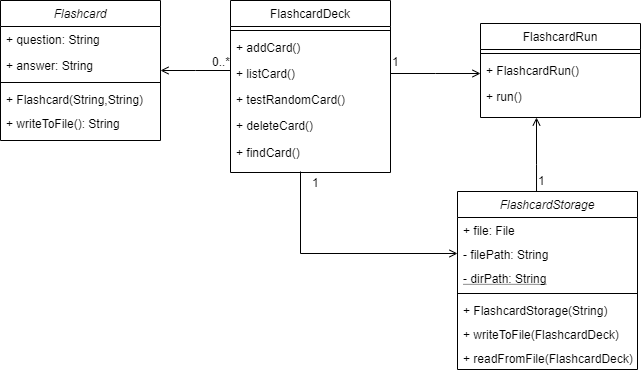
Earlier version of the draw.io export docs/Images/flashcard class diagram.png (nus-cs2113-AY2021S1/tp). Source tidied: cells renumbered, new cells last; positions are measured from the earlier drawing's top-left corner, leaving out a move shared by most shapes.
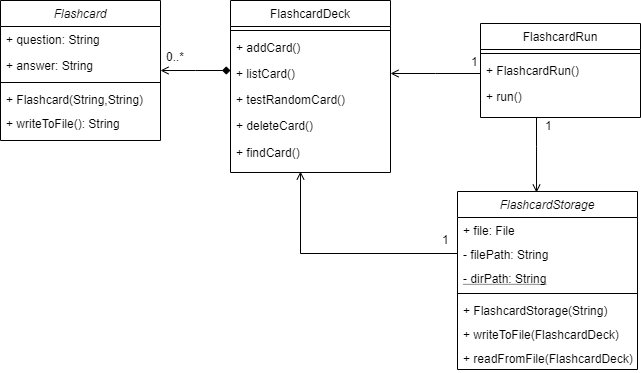
Above is the later version.

The edit, as a diff of the source:
```diff
@@ -2,14 +2,14 @@
   <root>
     <mxCell id="0" />
     <mxCell id="1" parent="0" />
-    <mxCell id="2" style="endArrow=open;shadow=0;strokeWidth=1;rounded=0;endFill=1;edgeStyle=elbowEdgeStyle;elbow=vertical;" parent="1" edge="1" source="10" target="4">
+    <mxCell id="2" style="endArrow=open;shadow=0;strokeWidth=1;rounded=0;endFill=1;edgeStyle=elbowEdgeStyle;elbow=vertical;startArrow=diamond;startFill=1;" parent="1" edge="1" source="10" target="4">
       <mxGeometry x="0.5" y="41" relative="1" as="geometry">
         <mxPoint x="-40" y="32" as="offset" />
       </mxGeometry>
     </mxCell>
     <mxCell id="3" value="0..*" style="align=left;verticalAlign=bottom;labelBackgroundColor=none;fontSize=12;" parent="2" vertex="1">
       <mxGeometry x="-1" relative="1" as="geometry">
-        <mxPoint x="-20" as="offset" />
+        <mxPoint x="-66" y="-5" as="offset" />
       </mxGeometry>
     </mxCell>
     <mxCell id="4" value="Flashcard" style="swimlane;fontStyle=2;align=center;verticalAlign=top;horizontal=1;startSize=26;rounded=0;shadow=0;strokeWidth=1;" parent="1" vertex="1">
@@ -51,15 +51,15 @@
     <mxCell id="16" value="+ findCard()&#10;" style="text;align=left;verticalAlign=top;spacingLeft=4;spacingRight=4;overflow=hidden;" parent="10" vertex="1">
       <mxGeometry y="139" width="160" height="27" as="geometry" />
     </mxCell>
-    <mxCell id="17" style="endArrow=open;shadow=0;strokeWidth=1;rounded=0;endFill=1;edgeStyle=elbowEdgeStyle;elbow=vertical;exitX=1;exitY=0.5;exitDx=0;exitDy=0;" parent="1" edge="1" source="13">
+    <mxCell id="17" style="endArrow=open;shadow=0;strokeWidth=1;rounded=0;endFill=1;edgeStyle=elbowEdgeStyle;elbow=vertical;exitX=1;exitY=0.5;exitDx=0;exitDy=0;entryX=1;entryY=0.5;entryDx=0;entryDy=0;" parent="10" edge="1" target="13">
       <mxGeometry x="0.5" y="41" relative="1" as="geometry">
-        <mxPoint x="480" y="73" as="targetPoint" />
+        <mxPoint x="250" y="73" as="sourcePoint" />
         <mxPoint x="-40" y="32" as="offset" />
       </mxGeometry>
     </mxCell>
     <mxCell id="18" value="1" style="align=left;verticalAlign=bottom;labelBackgroundColor=none;fontSize=12;" parent="17" vertex="1">
       <mxGeometry x="-1" relative="1" as="geometry">
-        <mxPoint y="-3" as="offset" />
+        <mxPoint x="-11" y="-3" as="offset" />
       </mxGeometry>
     </mxCell>
     <mxCell id="19" value="FlashcardRun" style="swimlane;fontStyle=0;align=center;verticalAlign=top;horizontal=1;startSize=26;rounded=0;shadow=0;strokeWidth=1;" parent="1" vertex="1">
@@ -74,35 +74,21 @@
     <mxCell id="22" value="+ run()" style="text;align=left;verticalAlign=top;spacingLeft=4;spacingRight=4;overflow=hidden;" parent="19" vertex="1">
       <mxGeometry y="60" width="160" height="26" as="geometry" />
     </mxCell>
-    <mxCell id="23" style="endArrow=open;shadow=0;strokeWidth=1;rounded=0;endFill=1;edgeStyle=elbowEdgeStyle;elbow=vertical;exitX=0.439;exitY=0.006;exitDx=0;exitDy=0;exitPerimeter=0;" parent="1" edge="1" source="27">
+    <mxCell id="23" style="endArrow=open;shadow=0;strokeWidth=1;rounded=0;endFill=1;edgeStyle=elbowEdgeStyle;elbow=vertical;exitX=0.439;exitY=0.006;exitDx=0;exitDy=0;exitPerimeter=0;entryX=0.439;entryY=0.006;entryDx=0;entryDy=0;entryPerimeter=0;" parent="1" edge="1" target="27">
       <mxGeometry x="0.5" y="41" relative="1" as="geometry">
-        <mxPoint x="536" y="117" as="targetPoint" />
+        <mxPoint x="536" y="117" as="sourcePoint" />
         <Array as="points">
+          <mxPoint x="536" y="146" />
           <mxPoint x="518" y="164" />
-          <mxPoint x="536" y="146" />
         </Array>
         <mxPoint x="-40" y="32" as="offset" />
       </mxGeometry>
     </mxCell>
     <mxCell id="24" value="1" style="align=left;verticalAlign=bottom;labelBackgroundColor=none;fontSize=12;" parent="23" vertex="1">
       <mxGeometry x="-1" relative="1" as="geometry">
-        <mxPoint y="-3" as="offset" />
+        <mxPoint x="7" y="17" as="offset" />
       </mxGeometry>
     </mxCell>
-    <mxCell id="25" style="endArrow=open;shadow=0;strokeWidth=1;rounded=0;endFill=1;edgeStyle=elbowEdgeStyle;elbow=vertical;entryX=0;entryY=0.5;entryDx=0;entryDy=0;" parent="1" edge="1" target="29">
-      <mxGeometry x="0.5" y="41" relative="1" as="geometry">
-        <mxPoint x="300" y="171" as="sourcePoint" />
-        <Array as="points">
-          <mxPoint x="373" y="253" />
-        </Array>
-        <mxPoint x="-40" y="32" as="offset" />
-      </mxGeometry>
-    </mxCell>
-    <mxCell id="26" value="1" style="align=left;verticalAlign=bottom;labelBackgroundColor=none;fontSize=12;" parent="25" vertex="1">
-      <mxGeometry x="-1" relative="1" as="geometry">
-        <mxPoint x="10" y="20" as="offset" />
-      </mxGeometry>
-    </mxCell>
     <mxCell id="27" value="FlashcardStorage" style="swimlane;fontStyle=2;align=center;verticalAlign=top;horizontal=1;startSize=26;rounded=0;shadow=0;strokeWidth=1;" parent="1" vertex="1">
       <mxGeometry x="457" y="191" width="180" height="178" as="geometry" />
     </mxCell>
@@ -127,5 +113,19 @@
     <mxCell id="34" value="+ readFromFile(FlashcardDeck)" style="text;align=left;verticalAlign=top;spacingLeft=4;spacingRight=4;overflow=hidden;" parent="27" vertex="1">
       <mxGeometry y="154" width="180" height="24" as="geometry" />
     </mxCell>
+    <mxCell id="25" style="endArrow=open;shadow=0;strokeWidth=1;rounded=0;endFill=1;edgeStyle=elbowEdgeStyle;elbow=vertical;entryX=0;entryY=0.5;entryDx=0;entryDy=0;exitX=0;exitY=0.5;exitDx=0;exitDy=0;" parent="27" edge="1" source="29">
+      <mxGeometry x="0.5" y="41" relative="1" as="geometry">
+        <mxPoint x="-157" y="-20" as="targetPoint" />
+        <Array as="points">
+          <mxPoint x="-84" y="62" />
+        </Array>
+        <mxPoint x="-40" y="32" as="offset" />
+      </mxGeometry>
+    </mxCell>
+    <mxCell id="26" value="1" style="align=left;verticalAlign=bottom;labelBackgroundColor=none;fontSize=12;" parent="25" vertex="1">
+      <mxGeometry x="-1" relative="1" as="geometry">
+        <mxPoint x="-17" y="-5" as="offset" />
+      </mxGeometry>
+    </mxCell>
   </root>
 </mxGraphModel>
```
